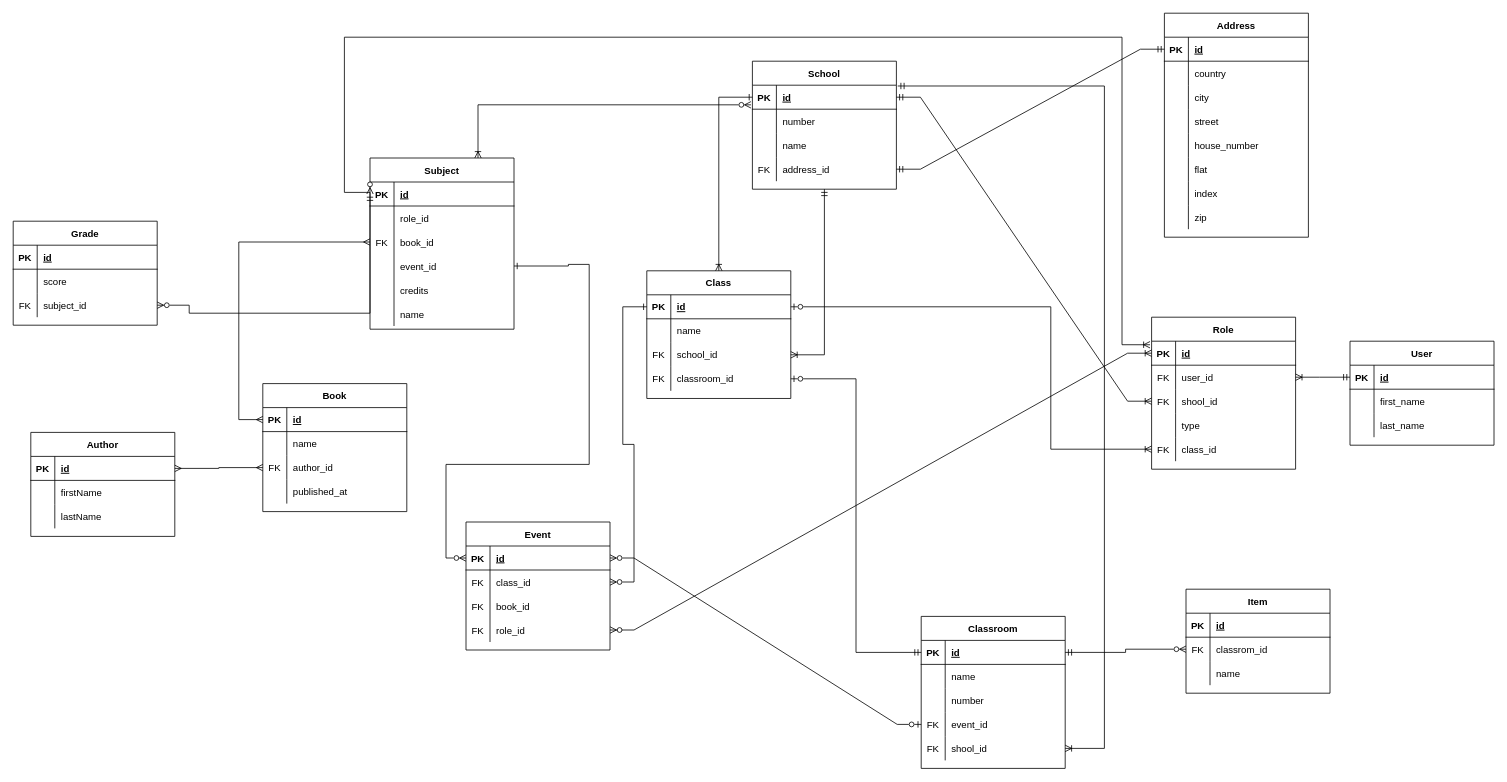
doichev-kostia/kpi keeps this draw.io diagram as databases/year-2/semester-1/lab-1/lab-1-db.drawio. Above is the earlier version. Source tidied: cells renumbered, new cells numbered last; positions are measured from the earlier drawing's top-left corner, leaving out a move shared by most shapes. Both pictures are drawn from the tidied source at 80%, with x=0, y=0 at pixel (13, 13).
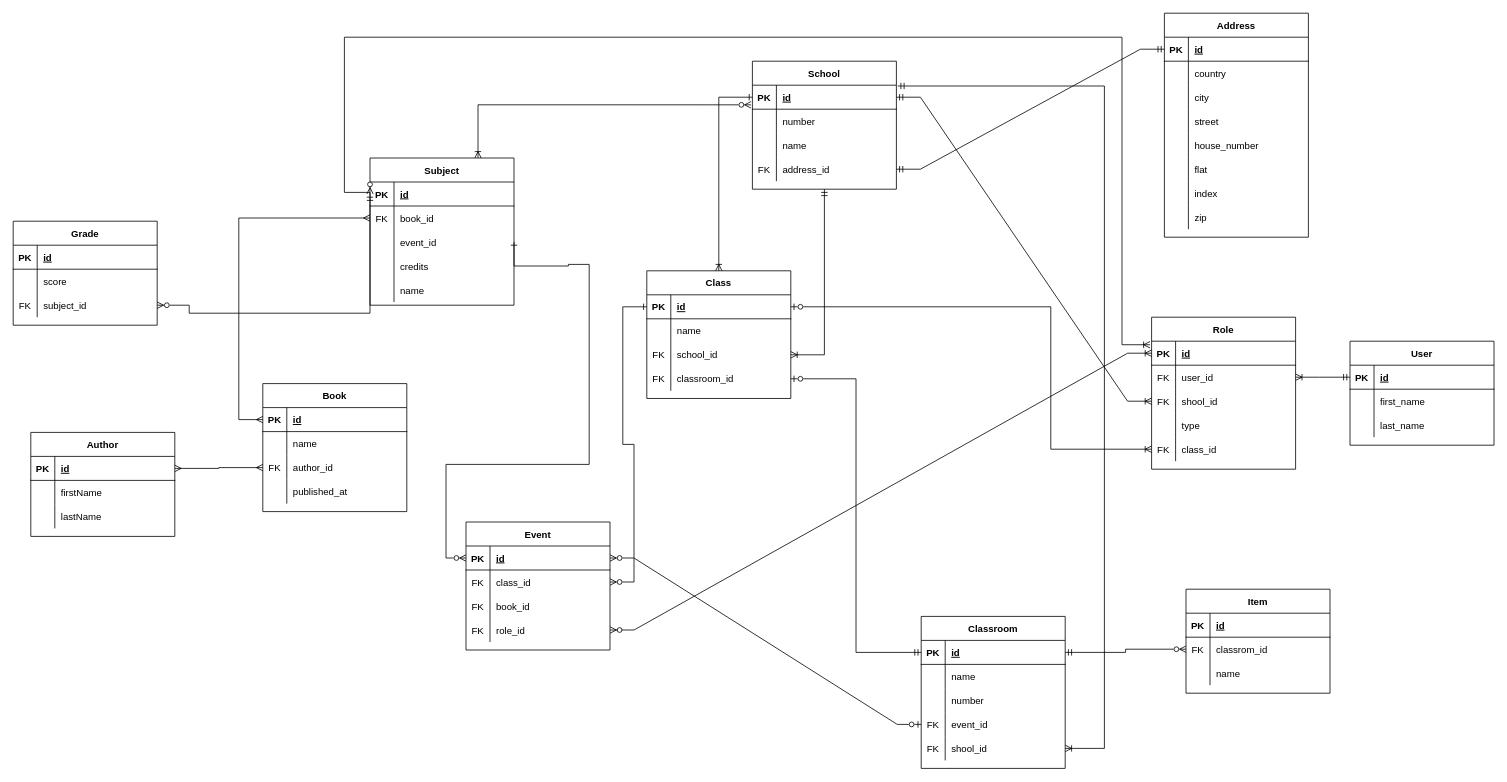
The same page after the edit.

Diff of the diagram source:
```diff
@@
     <mxCell id="54" value="Subject" style="shape=table;startSize=30;childLayout=tableLayout;rowLines=0;fontStyle=1;align=center;" parent="1" vertex="1">
-      <mxGeometry x="446" y="181" width="180" height="214" as="geometry" />
+      <mxGeometry x="446" y="181" width="180" height="184" as="geometry" />
     </mxCell>
@@
-    <mxCell id="58" style="shape=tableRow;horizontal=0;startSize=0;swimlaneHead=0;swimlaneBody=0;fillColor=none;top=0;left=0;right=0;bottom=0;" parent="54" vertex="1">
-      <mxGeometry y="60" width="180" height="30" as="geometry" />
-    </mxCell>
-    <mxCell id="59" style="shape=partialRectangle;fillColor=none;top=0;left=0;bottom=0;right=0;overflow=hidden;" parent="58" vertex="1">
-      <mxGeometry width="30" height="30" as="geometry" />
-    </mxCell>
-    <mxCell id="60" value="role_id" style="shape=partialRectangle;fillColor=none;top=0;left=0;bottom=0;right=0;align=left;spacingLeft=6;overflow=hidden;" parent="58" vertex="1">
-      <mxGeometry x="30" width="150" height="30" as="geometry" />
-    </mxCell>
     <mxCell id="61" style="shape=tableRow;horizontal=0;startSize=0;swimlaneHead=0;swimlaneBody=0;fillColor=none;points=[[0,0.5],[1,0.5]];portConstraint=eastwest;top=0;left=0;right=0;bottom=0;" parent="54" vertex="1">
-      <mxGeometry y="90" width="180" height="30" as="geometry" />
+      <mxGeometry y="60" width="180" height="30" as="geometry" />
     </mxCell>
@@
     <mxCell id="64" style="shape=tableRow;horizontal=0;startSize=0;swimlaneHead=0;swimlaneBody=0;fillColor=none;points=[[0,0.5],[1,0.5]];portConstraint=eastwest;top=0;left=0;right=0;bottom=0;" parent="54" vertex="1">
-      <mxGeometry y="120" width="180" height="30" as="geometry" />
+      <mxGeometry y="90" width="180" height="30" as="geometry" />
     </mxCell>
@@
     <mxCell id="67" style="shape=tableRow;horizontal=0;startSize=0;swimlaneHead=0;swimlaneBody=0;fillColor=none;top=0;left=0;right=0;bottom=0;" parent="54" vertex="1">
-      <mxGeometry y="150" width="180" height="30" as="geometry" />
+      <mxGeometry y="120" width="180" height="30" as="geometry" />
     </mxCell>
@@
     <mxCell id="70" style="shape=tableRow;horizontal=0;startSize=0;swimlaneHead=0;swimlaneBody=0;fillColor=none;top=0;left=0;right=0;bottom=0;" parent="54" vertex="1">
-      <mxGeometry y="180" width="180" height="30" as="geometry" />
+      <mxGeometry y="150" width="180" height="30" as="geometry" />
     </mxCell>
```
